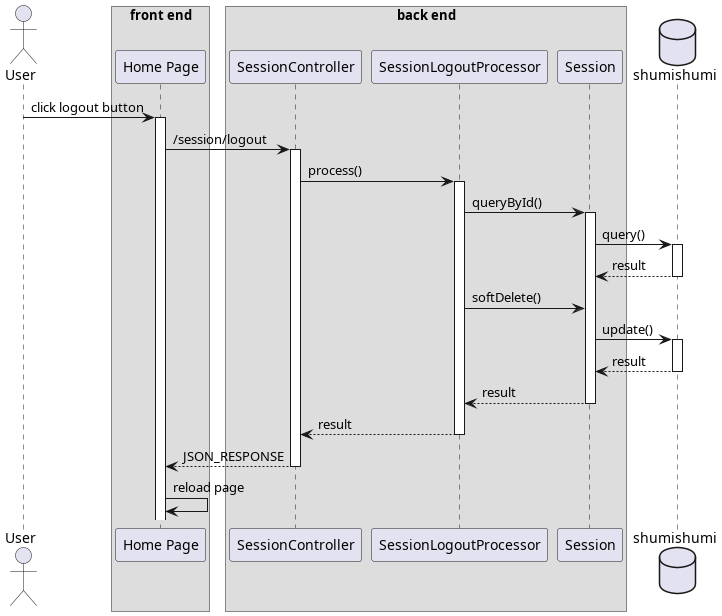
Before: thesis/latex/diagram/sequence diagram/6. logout/logout.png, a diagram exported from PlantUML (aldihsuhandi/skripsi-2023).
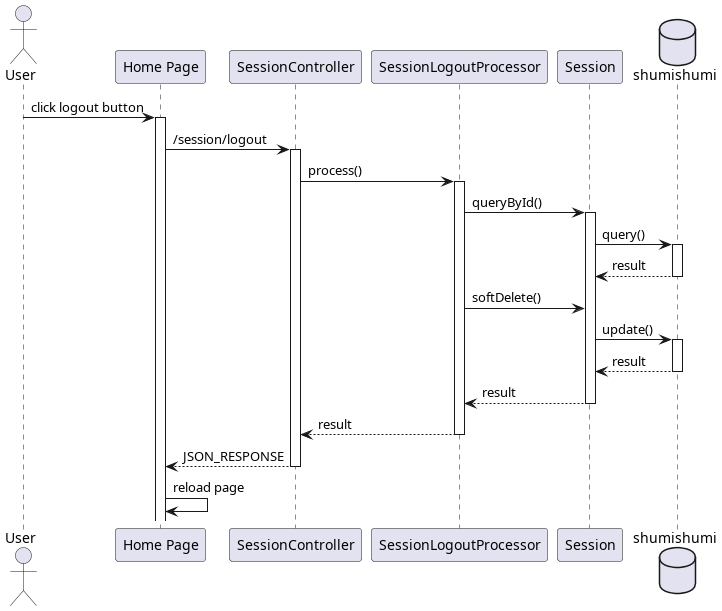
Above is the later version.

Diff of the diagram source:
```diff
@@ -2,17 +2,13 @@
 
 actor User as u
 
-box "front end"
 participant "Home Page" as home
-end box
 
-box "back end"
 participant "SessionController" as sc
 
 participant "SessionLogoutProcessor" as proc
 
 participant "Session" as sm
-end box
 
 database shumishumi as db
 
```
